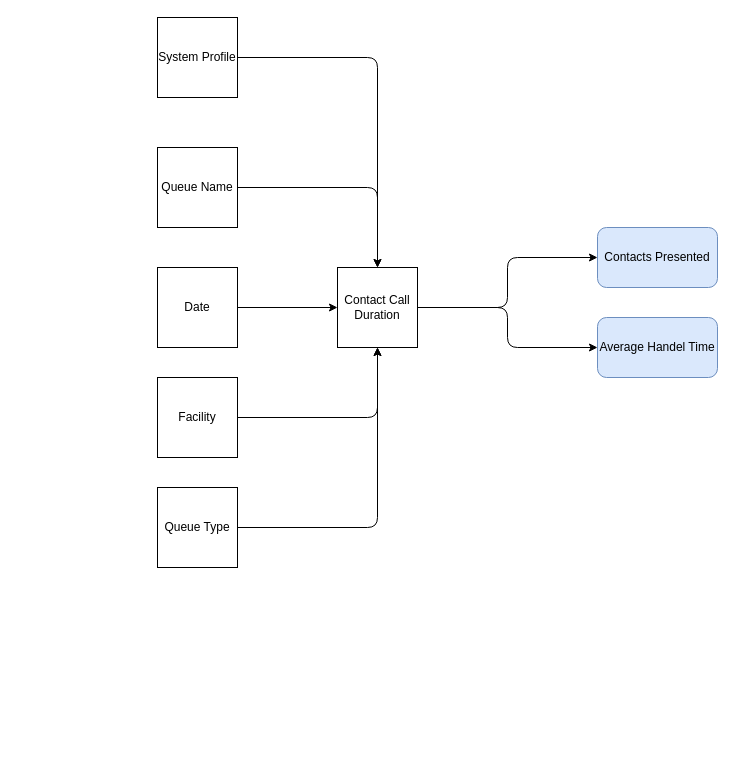
Before: page "DIM" (2 of 2) of Department of Veteran Affairs/Data Lineage.drawio in dataacumen/da-architectural-diagrams, a draw.io diagram. Source tidied: cells renumbered, new cells numbered last; positions are measured from the earlier drawing's top-left corner, leaving out a move shared by most shapes. Both pictures are drawn from the tidied source at 100%, with x=0, y=0 at pixel (157, 17).
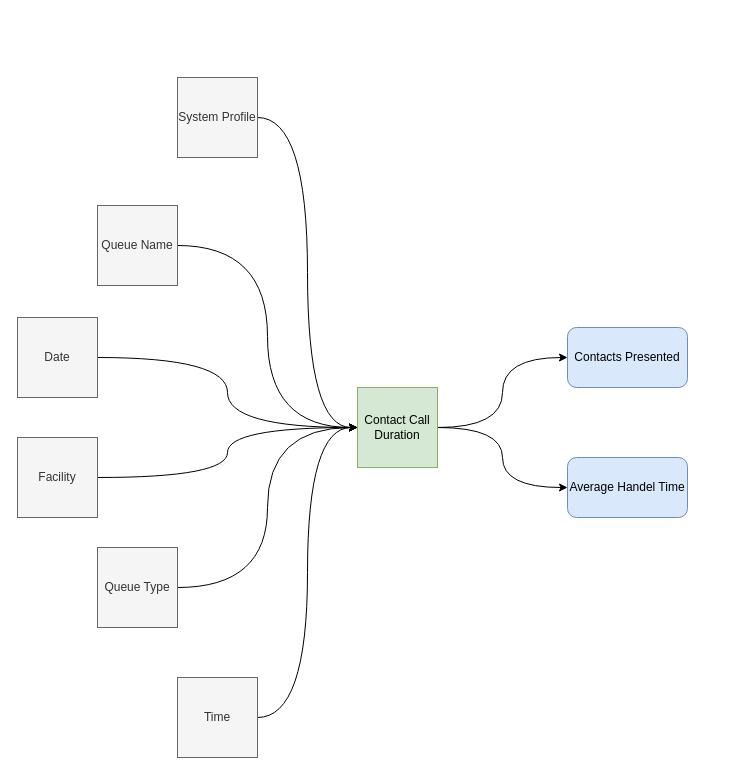
The same page after the edit.

Diff of the diagram source:
```diff
@@
 <mxGraphModel>
   <root>
     <mxCell id="0" />
     <mxCell id="1" parent="0" />
-    <mxCell id="2" style="edgeStyle=orthogonalEdgeStyle;rounded=1;jettySize=auto;html=1;" parent="1" edge="1" source="4" target="16">
+    <mxCell id="2" style="edgeStyle=orthogonalEdgeStyle;jettySize=auto;html=1;curved=1;" parent="1" edge="1" source="4" target="16">
       <mxGeometry relative="1" as="geometry" />
     </mxCell>
-    <mxCell id="3" style="edgeStyle=orthogonalEdgeStyle;rounded=1;jettySize=auto;html=1;entryX=0;entryY=0.5;entryDx=0;entryDy=0;" parent="1" edge="1" source="4" target="15">
+    <mxCell id="3" style="edgeStyle=orthogonalEdgeStyle;jettySize=auto;html=1;entryX=0;entryY=0.5;entryDx=0;entryDy=0;curved=1;" parent="1" edge="1" source="4" target="15">
       <mxGeometry relative="1" as="geometry" />
     </mxCell>
-    <mxCell id="4" value="Contact Call Duration" style="whiteSpace=wrap;html=1;" parent="1" vertex="1">
-      <mxGeometry x="180" y="250" width="80" height="80" as="geometry" />
+    <mxCell id="4" value="Contact Call Duration" style="whiteSpace=wrap;html=1;fillColor=#d5e8d4;strokeColor=#82b366;" parent="1" vertex="1">
+      <mxGeometry x="200" y="370" width="80" height="80" as="geometry" />
     </mxCell>
-    <mxCell id="5" style="edgeStyle=orthogonalEdgeStyle;jettySize=auto;html=1;rounded=1;" parent="1" edge="1" source="6" target="4">
+    <mxCell id="5" style="edgeStyle=orthogonalEdgeStyle;jettySize=auto;html=1;curved=1;" parent="1" edge="1" source="6" target="4">
       <mxGeometry relative="1" as="geometry" />
     </mxCell>
-    <mxCell id="6" value="Facility" style="whiteSpace=wrap;html=1;" parent="1" vertex="1">
-      <mxGeometry y="360" width="80" height="80" as="geometry" />
+    <mxCell id="6" value="Facility" style="whiteSpace=wrap;html=1;fillColor=#f5f5f5;fontColor=#333333;strokeColor=#666666;" parent="1" vertex="1">
+      <mxGeometry x="-140" y="420" width="80" height="80" as="geometry" />
     </mxCell>
-    <mxCell id="7" style="edgeStyle=orthogonalEdgeStyle;jettySize=auto;html=1;rounded=1;" parent="1" edge="1" source="8" target="4">
+    <mxCell id="7" style="edgeStyle=orthogonalEdgeStyle;jettySize=auto;html=1;curved=1;entryX=0;entryY=0.5;entryDx=0;entryDy=0;" parent="1" edge="1" source="8" target="4">
       <mxGeometry relative="1" as="geometry" />
     </mxCell>
-    <mxCell id="8" value="Queue Name" style="whiteSpace=wrap;html=1;" parent="1" vertex="1">
-      <mxGeometry y="130" width="80" height="80" as="geometry" />
+    <mxCell id="8" value="Queue Name" style="whiteSpace=wrap;html=1;fillColor=#f5f5f5;fontColor=#333333;strokeColor=#666666;" parent="1" vertex="1">
+      <mxGeometry x="-60" y="188" width="80" height="80" as="geometry" />
     </mxCell>
-    <mxCell id="9" style="edgeStyle=orthogonalEdgeStyle;jettySize=auto;html=1;rounded=1;" parent="1" edge="1" source="10" target="4">
+    <mxCell id="9" style="edgeStyle=orthogonalEdgeStyle;jettySize=auto;html=1;curved=1;entryX=0;entryY=0.5;entryDx=0;entryDy=0;" parent="1" edge="1" source="10" target="4">
       <mxGeometry relative="1" as="geometry" />
     </mxCell>
-    <mxCell id="10" value="System Profile" style="whiteSpace=wrap;html=1;" parent="1" vertex="1">
-      <mxGeometry width="80" height="80" as="geometry" />
+    <mxCell id="10" value="System Profile" style="whiteSpace=wrap;html=1;fillColor=#f5f5f5;fontColor=#333333;strokeColor=#666666;" parent="1" vertex="1">
+      <mxGeometry x="20" y="60" width="80" height="80" as="geometry" />
     </mxCell>
-    <mxCell id="11" style="edgeStyle=orthogonalEdgeStyle;jettySize=auto;html=1;rounded=1;" parent="1" edge="1" source="12" target="4">
+    <mxCell id="11" style="edgeStyle=orthogonalEdgeStyle;jettySize=auto;html=1;curved=1;entryX=0;entryY=0.5;entryDx=0;entryDy=0;" parent="1" edge="1" source="12" target="4">
       <mxGeometry relative="1" as="geometry" />
     </mxCell>
-    <mxCell id="12" value="Queue Type" style="whiteSpace=wrap;html=1;" parent="1" vertex="1">
-      <mxGeometry y="470" width="80" height="80" as="geometry" />
+    <mxCell id="12" value="Queue Type" style="whiteSpace=wrap;html=1;fillColor=#f5f5f5;fontColor=#333333;strokeColor=#666666;" parent="1" vertex="1">
+      <mxGeometry x="-60" y="530" width="80" height="80" as="geometry" />
     </mxCell>
-    <mxCell id="13" style="edgeStyle=orthogonalEdgeStyle;jettySize=auto;html=1;rounded=1;" parent="1" edge="1" source="14" target="4">
+    <mxCell id="13" style="edgeStyle=orthogonalEdgeStyle;jettySize=auto;html=1;curved=1;" parent="1" edge="1" source="14" target="4">
       <mxGeometry relative="1" as="geometry" />
     </mxCell>
-    <mxCell id="14" value="Date" style="whiteSpace=wrap;html=1;" parent="1" vertex="1">
-      <mxGeometry y="250" width="80" height="80" as="geometry" />
+    <mxCell id="14" value="Date" style="whiteSpace=wrap;html=1;fillColor=#f5f5f5;fontColor=#333333;strokeColor=#666666;" parent="1" vertex="1">
+      <mxGeometry x="-140" y="300" width="80" height="80" as="geometry" />
     </mxCell>
     <mxCell id="15" value="Average Handel Time" style="rounded=1;whiteSpace=wrap;html=1;fillColor=#dae8fc;strokeColor=#6c8ebf;" parent="1" vertex="1">
-      <mxGeometry x="440" y="300" width="120" height="60" as="geometry" />
+      <mxGeometry x="410" y="440" width="120" height="60" as="geometry" />
     </mxCell>
     <mxCell id="16" value="Contacts Presented" style="rounded=1;whiteSpace=wrap;html=1;fillColor=#dae8fc;strokeColor=#6c8ebf;" parent="1" vertex="1">
-      <mxGeometry x="440" y="210" width="120" height="60" as="geometry" />
+      <mxGeometry x="410" y="310" width="120" height="60" as="geometry" />
     </mxCell>
+    <mxCell id="17" style="edgeStyle=orthogonalEdgeStyle;jettySize=auto;html=1;curved=1;entryX=0;entryY=0.5;entryDx=0;entryDy=0;" parent="1" edge="1" source="18" target="4">
+      <mxGeometry relative="1" as="geometry" />
+    </mxCell>
+    <mxCell id="18" value="Time" style="whiteSpace=wrap;html=1;fillColor=#f5f5f5;fontColor=#333333;strokeColor=#666666;" parent="1" vertex="1">
+      <mxGeometry x="20" y="660" width="80" height="80" as="geometry" />
+    </mxCell>
   </root>
 </mxGraphModel>
```
